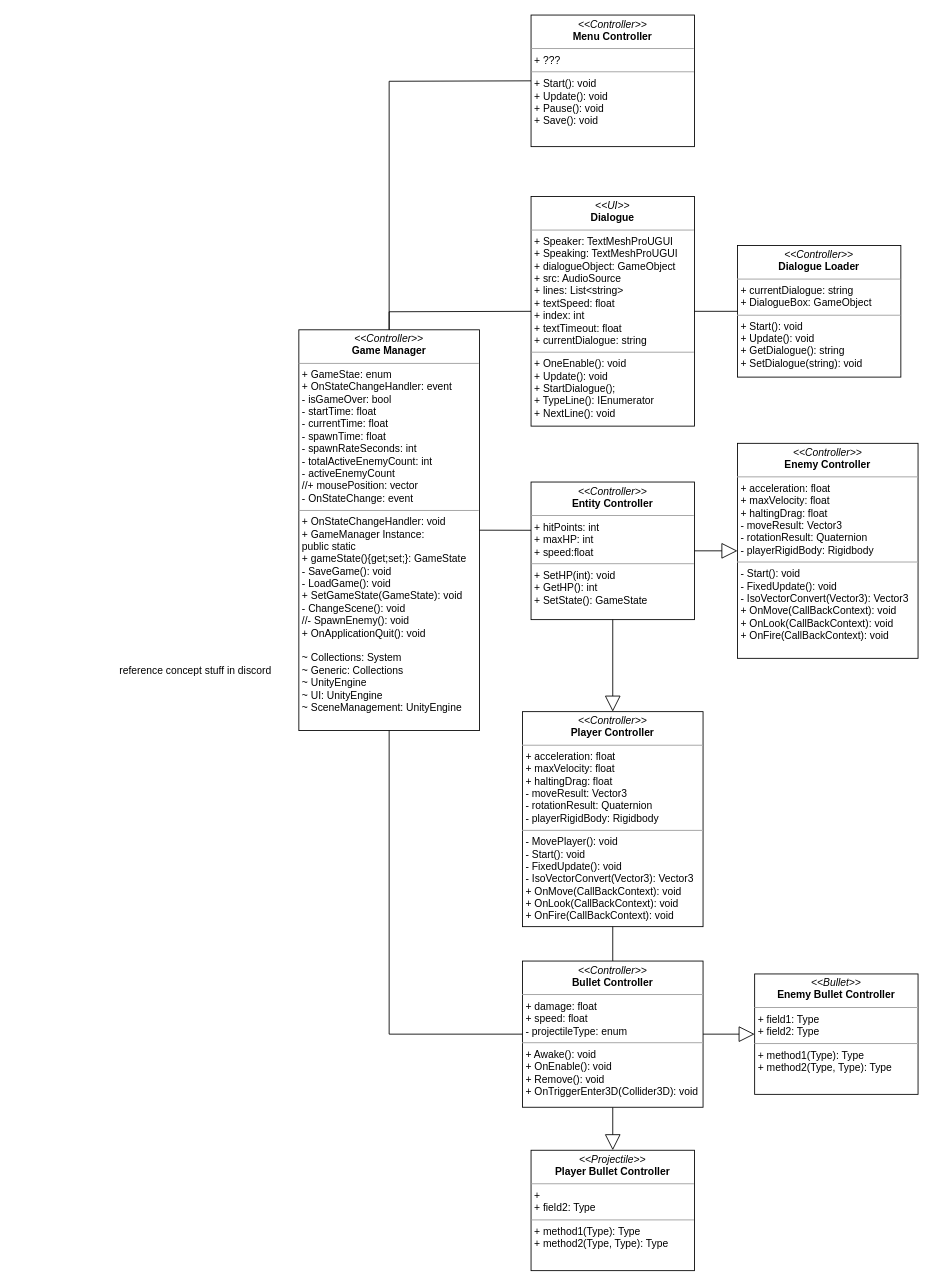
Above: Documentation files/Class Diagram.drawio in Ulibomber1/Middlespace-Survivor (draw.io), before the change. Source tidied: cells renumbered, new cells numbered last; positions are measured from the earlier drawing's top-left corner, leaving out a move shared by most shapes. Both pictures are drawn from the tidied source at 86%, with x=0, y=0 at pixel (118, 15).
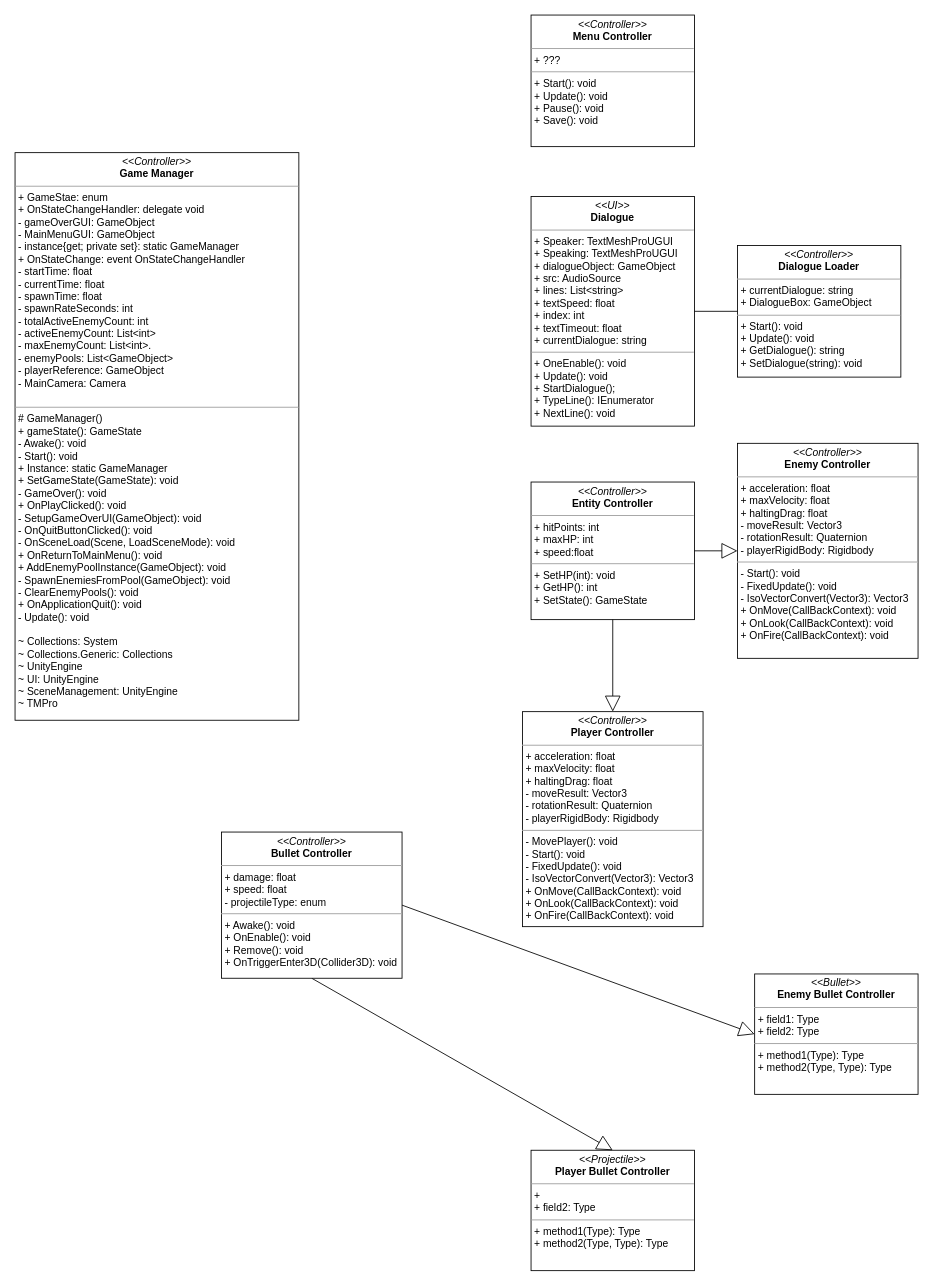
The same diagram, later.

Unchanged cells that the change refers to:
```xml
<mxCell id="5" value="&lt;p style=&quot;margin:0px;margin-top:4px;text-align:center;&quot;&gt;&lt;i&gt;&amp;lt;&amp;lt;Controller&amp;gt;&amp;gt;&lt;/i&gt;&lt;br&gt;&lt;b&gt;Player Controller&lt;/b&gt;&lt;/p&gt;&lt;hr size=&quot;1&quot;&gt;&lt;p style=&quot;margin:0px;margin-left:4px;&quot;&gt;+ acceleration: float&lt;/p&gt;&lt;p style=&quot;margin:0px;margin-left:4px;&quot;&gt;+ maxVelocity: float&lt;/p&gt;&lt;p style=&quot;margin:0px;margin-left:4px;&quot;&gt;+ haltingDrag: float&lt;/p&gt;&lt;p style=&quot;margin:0px;margin-left:4px;&quot;&gt;- moveResult: Vector3&lt;/p&gt;&lt;p style=&quot;margin:0px;margin-left:4px;&quot;&gt;- rotationResult: Quaternion&lt;/p&gt;&lt;p style=&quot;margin:0px;margin-left:4px;&quot;&gt;- playerRigidBody: Rigidbody&lt;/p&gt;&lt;hr size=&quot;1&quot;&gt;&lt;p style=&quot;margin:0px;margin-left:4px;&quot;&gt;- MovePlayer(): void&lt;br&gt;- Start(): void&lt;/p&gt;&lt;p style=&quot;margin:0px;margin-left:4px;&quot;&gt;- FixedUpdate(): void&lt;/p&gt;&lt;p style=&quot;margin:0px;margin-left:4px;&quot;&gt;- IsoVectorConvert(Vector3): Vector3&lt;/p&gt;&lt;p style=&quot;margin:0px;margin-left:4px;&quot;&gt;+ OnMove(CallBackContext): void&lt;/p&gt;&lt;p style=&quot;margin:0px;margin-left:4px;&quot;&gt;+ OnLook(CallBackContext): void&lt;/p&gt;&lt;p style=&quot;margin:0px;margin-left:4px;&quot;&gt;+ OnFire(CallBackContext): void&lt;/p&gt;" style="verticalAlign=top;align=left;overflow=fill;fontSize=12;fontFamily=Helvetica;html=1;rounded=0;shadow=0;comic=0;labelBackgroundColor=none;strokeWidth=1;" parent="1" vertex="1">
  <mxGeometry x="470" y="810" width="210" height="250" as="geometry" />
</mxCell>
<mxCell id="13" value="&lt;p style=&quot;margin:0px;margin-top:4px;text-align:center;&quot;&gt;&lt;i&gt;&amp;lt;&amp;lt;UI&amp;gt;&amp;gt;&lt;/i&gt;&lt;br&gt;&lt;b&gt;Dialogue&lt;/b&gt;&lt;/p&gt;&lt;hr size=&quot;1&quot;&gt;&lt;p style=&quot;margin:0px;margin-left:4px;&quot;&gt;+ Speaker: TextMeshProUGUI&lt;br&gt;+ Speaking: TextMeshProUGUI&lt;/p&gt;&lt;p style=&quot;margin:0px;margin-left:4px;&quot;&gt;+ dialogueObject: GameObject&lt;/p&gt;&lt;p style=&quot;margin:0px;margin-left:4px;&quot;&gt;+ src: AudioSource&lt;/p&gt;&lt;p style=&quot;margin:0px;margin-left:4px;&quot;&gt;+ lines: List&amp;lt;string&amp;gt;&lt;/p&gt;&lt;p style=&quot;margin:0px;margin-left:4px;&quot;&gt;+ textSpeed: float&lt;/p&gt;&lt;p style=&quot;margin:0px;margin-left:4px;&quot;&gt;+ index: int&lt;/p&gt;&lt;p style=&quot;margin:0px;margin-left:4px;&quot;&gt;+ textTimeout: float&lt;/p&gt;&lt;p style=&quot;margin:0px;margin-left:4px;&quot;&gt;+ currentDialogue: string&lt;/p&gt;&lt;hr size=&quot;1&quot;&gt;&lt;p style=&quot;margin:0px;margin-left:4px;&quot;&gt;+ OneEnable(): void&lt;br&gt;+ Update(): void&lt;/p&gt;&lt;p style=&quot;margin:0px;margin-left:4px;&quot;&gt;+ StartDialogue();&lt;/p&gt;&lt;p style=&quot;margin:0px;margin-left:4px;&quot;&gt;+ TypeLine(): IEnumerator&lt;/p&gt;&lt;p style=&quot;margin:0px;margin-left:4px;&quot;&gt;+ NextLine(): void&lt;/p&gt;" style="verticalAlign=top;align=left;overflow=fill;fontSize=12;fontFamily=Helvetica;html=1;rounded=0;shadow=0;comic=0;labelBackgroundColor=none;strokeWidth=1;" parent="1" vertex="1">
  <mxGeometry x="480" y="211" width="190" height="267" as="geometry" />
</mxCell>
<mxCell id="21" value="&lt;p style=&quot;margin:0px;margin-top:4px;text-align:center;&quot;&gt;&lt;i&gt;&amp;lt;&amp;lt;Controller&amp;gt;&amp;gt;&lt;/i&gt;&lt;br&gt;&lt;b&gt;Menu Controller&lt;/b&gt;&lt;/p&gt;&lt;hr size=&quot;1&quot;&gt;&lt;p style=&quot;margin:0px;margin-left:4px;&quot;&gt;+ ???&lt;/p&gt;&lt;hr size=&quot;1&quot;&gt;&lt;p style=&quot;margin:0px;margin-left:4px;&quot;&gt;+ Start(): void&lt;br&gt;+ Update(): void&lt;/p&gt;&lt;p style=&quot;margin:0px;margin-left:4px;&quot;&gt;+ Pause(): void&lt;/p&gt;&lt;p style=&quot;margin:0px;margin-left:4px;&quot;&gt;+ Save(): void&lt;/p&gt;" style="verticalAlign=top;align=left;overflow=fill;fontSize=12;fontFamily=Helvetica;html=1;rounded=0;shadow=0;comic=0;labelBackgroundColor=none;strokeWidth=1;" parent="1" vertex="1">
  <mxGeometry x="480" width="190" height="153" as="geometry" />
</mxCell>
```

The edit, as a diff of the source:
```diff
@@
     <mxCell id="10" value="&lt;p style=&quot;margin:0px;margin-top:4px;text-align:center;&quot;&gt;&lt;i&gt;&amp;lt;&amp;lt;Controller&amp;gt;&amp;gt;&lt;/i&gt;&lt;br&gt;&lt;b&gt;Bullet Controller&lt;/b&gt;&lt;/p&gt;&lt;hr size=&quot;1&quot;&gt;&lt;p style=&quot;margin:0px;margin-left:4px;&quot;&gt;+ damage: float&lt;/p&gt;&lt;p style=&quot;margin:0px;margin-left:4px;&quot;&gt;+ speed: float&lt;/p&gt;&lt;p style=&quot;margin:0px;margin-left:4px;&quot;&gt;- projectileType: enum&lt;/p&gt;&lt;hr size=&quot;1&quot;&gt;&lt;p style=&quot;margin:0px;margin-left:4px;&quot;&gt;+ Awake(): void&lt;/p&gt;&lt;p style=&quot;margin:0px;margin-left:4px;&quot;&gt;+ OnEnable(): void&lt;/p&gt;&lt;p style=&quot;margin:0px;margin-left:4px;&quot;&gt;+ Remove(): void&lt;/p&gt;&lt;p style=&quot;margin:0px;margin-left:4px;&quot;&gt;+ OnTriggerEnter3D(Collider3D):&amp;nbsp;&lt;span style=&quot;background-color: initial;&quot;&gt;void&lt;/span&gt;&lt;/p&gt;" style="verticalAlign=top;align=left;overflow=fill;fontSize=12;fontFamily=Helvetica;html=1;rounded=0;shadow=0;comic=0;labelBackgroundColor=none;strokeWidth=1;" parent="1" vertex="1">
-      <mxGeometry x="470" y="1100" width="210" height="170" as="geometry" />
+      <mxGeometry x="120" y="950" width="210" height="170" as="geometry" />
     </mxCell>
-    <mxCell id="11" style="endArrow=none;html=1;rounded=0;entryX=0.5;entryY=0;entryDx=0;entryDy=0;exitX=0.5;exitY=1;exitDx=0;exitDy=0;" parent="1" edge="1" source="5" target="10">
-      <mxGeometry relative="1" as="geometry" />
-    </mxCell>
@@
-    <mxCell id="16" style="endArrow=none;html=1;rounded=0;exitX=0.5;exitY=0;exitDx=0;exitDy=0;entryX=0;entryY=0.5;entryDx=0;entryDy=0;" parent="1" edge="1" source="17" target="13">
-      <mxGeometry relative="1" as="geometry">
-        <Array as="points">
-          <mxPoint x="315" y="345" />
-        </Array>
-      </mxGeometry>
-    </mxCell>
-    <mxCell id="17" value="&lt;p style=&quot;margin:0px;margin-top:4px;text-align:center;&quot;&gt;&lt;i&gt;&amp;lt;&amp;lt;Controller&amp;gt;&amp;gt;&lt;/i&gt;&lt;br&gt;&lt;b&gt;Game Manager&lt;/b&gt;&lt;/p&gt;&lt;hr size=&quot;1&quot;&gt;&lt;p style=&quot;margin:0px;margin-left:4px;&quot;&gt;&lt;span style=&quot;background-color: initial;&quot;&gt;+ GameStae: enum&lt;/span&gt;&lt;/p&gt;&lt;p style=&quot;margin:0px;margin-left:4px;&quot;&gt;&lt;span style=&quot;background-color: initial;&quot;&gt;+ OnStateChangeHandler: event&lt;/span&gt;&lt;br&gt;&lt;/p&gt;&lt;p style=&quot;margin:0px;margin-left:4px;&quot;&gt;- isGameOver: bool&lt;/p&gt;&lt;p style=&quot;margin:0px;margin-left:4px;&quot;&gt;- startTime: float&lt;/p&gt;&lt;p style=&quot;margin:0px;margin-left:4px;&quot;&gt;- currentTime: float&lt;/p&gt;&lt;p style=&quot;margin:0px;margin-left:4px;&quot;&gt;- spawnTime: float&lt;/p&gt;&lt;p style=&quot;margin:0px;margin-left:4px;&quot;&gt;- spawnRateSeconds: int&lt;/p&gt;&lt;p style=&quot;margin:0px;margin-left:4px;&quot;&gt;- totalActiveEnemyCount: int&lt;/p&gt;&lt;p style=&quot;margin:0px;margin-left:4px;&quot;&gt;- activeEnemyCount&lt;br style=&quot;border-color: var(--border-color);&quot;&gt;//+ mousePosition: vector&lt;br&gt;&lt;/p&gt;&lt;p style=&quot;margin:0px;margin-left:4px;&quot;&gt;- OnStateChange: event&lt;/p&gt;&lt;hr size=&quot;1&quot;&gt;&lt;p style=&quot;margin:0px;margin-left:4px;&quot;&gt;+ OnStateChangeHandler: void&lt;/p&gt;&lt;p style=&quot;margin:0px;margin-left:4px;&quot;&gt;+ GameManager Instance:&lt;/p&gt;&lt;p style=&quot;margin:0px;margin-left:4px;&quot;&gt;&lt;span style=&quot;&quot;&gt; &lt;/span&gt;&lt;span style=&quot;&quot;&gt; &lt;/span&gt;&lt;span style=&quot;&quot;&gt; &lt;/span&gt;&lt;span style=&quot;&quot;&gt; &lt;/span&gt;public static&lt;/p&gt;&lt;p style=&quot;margin:0px;margin-left:4px;&quot;&gt;+ gameState(){get;set;}: GameState&lt;/p&gt;&lt;p style=&quot;margin:0px;margin-left:4px;&quot;&gt;- SaveGame(): void&lt;br&gt;- LoadGame(): void&lt;/p&gt;&lt;p style=&quot;margin:0px;margin-left:4px;&quot;&gt;+ SetGameState(GameState): void&lt;/p&gt;&lt;p style=&quot;margin:0px;margin-left:4px;&quot;&gt;- ChangeScene(): void&lt;/p&gt;&lt;p style=&quot;border-color: var(--border-color); margin: 0px 0px 0px 4px;&quot;&gt;//- SpawnEnemy(): void&lt;/p&gt;&lt;p style=&quot;border-color: var(--border-color); margin: 0px 0px 0px 4px;&quot;&gt;+ OnApplicationQuit(): void&lt;/p&gt;&lt;p style=&quot;border-color: var(--border-color); margin: 0px 0px 0px 4px;&quot;&gt;&lt;br&gt;&lt;/p&gt;&lt;p style=&quot;border-color: var(--border-color); margin: 0px 0px 0px 4px;&quot;&gt;~ Collections: System&lt;/p&gt;&lt;p style=&quot;border-color: var(--border-color); margin: 0px 0px 0px 4px;&quot;&gt;~ Generic: Collections&lt;/p&gt;&lt;p style=&quot;border-color: var(--border-color); margin: 0px 0px 0px 4px;&quot;&gt;~ UnityEngine&lt;/p&gt;&lt;p style=&quot;border-color: var(--border-color); margin: 0px 0px 0px 4px;&quot;&gt;~ UI: UnityEngine&lt;/p&gt;&lt;p style=&quot;border-color: var(--border-color); margin: 0px 0px 0px 4px;&quot;&gt;~ SceneManagement: UnityEngine&lt;/p&gt;" style="verticalAlign=top;align=left;overflow=fill;fontSize=12;fontFamily=Helvetica;html=1;rounded=0;shadow=0;comic=0;labelBackgroundColor=none;strokeWidth=1;" parent="1" vertex="1">
-      <mxGeometry x="210" y="366" width="210" height="466" as="geometry" />
+    <mxCell id="17" value="&lt;p style=&quot;margin:0px;margin-top:4px;text-align:center;&quot;&gt;&lt;i&gt;&amp;lt;&amp;lt;Controller&amp;gt;&amp;gt;&lt;/i&gt;&lt;br&gt;&lt;b&gt;Game Manager&lt;/b&gt;&lt;/p&gt;&lt;hr size=&quot;1&quot;&gt;&lt;p style=&quot;margin:0px;margin-left:4px;&quot;&gt;&lt;span style=&quot;background-color: initial;&quot;&gt;+ GameStae: enum&lt;/span&gt;&lt;/p&gt;&lt;p style=&quot;margin:0px;margin-left:4px;&quot;&gt;&lt;span style=&quot;background-color: initial;&quot;&gt;+ OnStateChangeHandler: delegate void&lt;/span&gt;&lt;br&gt;&lt;/p&gt;&lt;p style=&quot;margin:0px;margin-left:4px;&quot;&gt;- gameOverGUI: GameObject&lt;/p&gt;&lt;p style=&quot;margin:0px;margin-left:4px;&quot;&gt;- MainMenuGUI: GameObject&lt;br&gt;&lt;/p&gt;&lt;p style=&quot;margin:0px;margin-left:4px;&quot;&gt;- instance{get; private set}: static GameManager&lt;/p&gt;&lt;p style=&quot;margin:0px;margin-left:4px;&quot;&gt;&lt;span style=&quot;background-color: initial;&quot;&gt;+ OnStateChange: event OnStateChangeHandler&lt;/span&gt;&lt;/p&gt;&lt;p style=&quot;margin:0px;margin-left:4px;&quot;&gt;- startTime: float&lt;/p&gt;&lt;p style=&quot;margin:0px;margin-left:4px;&quot;&gt;- currentTime: float&lt;/p&gt;&lt;p style=&quot;margin:0px;margin-left:4px;&quot;&gt;- spawnTime: float&lt;/p&gt;&lt;p style=&quot;margin:0px;margin-left:4px;&quot;&gt;- spawnRateSeconds: int&lt;/p&gt;&lt;p style=&quot;margin:0px;margin-left:4px;&quot;&gt;- totalActiveEnemyCount: int&lt;/p&gt;&lt;p style=&quot;margin:0px;margin-left:4px;&quot;&gt;- activeEnemyCount: List&amp;lt;int&amp;gt;&lt;/p&gt;&lt;p style=&quot;margin:0px;margin-left:4px;&quot;&gt;- maxEnemyCount: List&amp;lt;int&amp;gt;.&lt;/p&gt;&lt;p style=&quot;margin:0px;margin-left:4px;&quot;&gt;- enemyPools: List&amp;lt;GameObject&amp;gt;&lt;/p&gt;&lt;p style=&quot;margin:0px;margin-left:4px;&quot;&gt;- playerReference: GameObject&lt;/p&gt;&lt;p style=&quot;margin:0px;margin-left:4px;&quot;&gt;- MainCamera: Camera&lt;/p&gt;&lt;br&gt;&lt;hr size=&quot;1&quot;&gt;&lt;p style=&quot;margin:0px;margin-left:4px;&quot;&gt;# GameManager()&lt;/p&gt;&lt;p style=&quot;margin:0px;margin-left:4px;&quot;&gt;+ gameState(): GameState&lt;/p&gt;&lt;p style=&quot;margin:0px;margin-left:4px;&quot;&gt;- Awake(): void&lt;/p&gt;&lt;p style=&quot;margin:0px;margin-left:4px;&quot;&gt;- Start(): void&lt;/p&gt;&lt;p style=&quot;margin:0px;margin-left:4px;&quot;&gt;+ Instance: static GameManager&lt;/p&gt;&lt;p style=&quot;margin:0px;margin-left:4px;&quot;&gt;+ SetGameState(GameState): void&lt;/p&gt;&lt;p style=&quot;margin:0px;margin-left:4px;&quot;&gt;- GameOver(): void&lt;/p&gt;&lt;p style=&quot;margin:0px;margin-left:4px;&quot;&gt;+ OnPlayClicked(): void&lt;/p&gt;&lt;p style=&quot;margin:0px;margin-left:4px;&quot;&gt;- SetupGameOverUI(GameObject): void&lt;/p&gt;&lt;p style=&quot;margin:0px;margin-left:4px;&quot;&gt;- OnQuitButtonClicked(): void&lt;/p&gt;&lt;p style=&quot;margin:0px;margin-left:4px;&quot;&gt;- OnSceneLoad(Scene, LoadSceneMode): void&lt;/p&gt;&lt;p style=&quot;margin:0px;margin-left:4px;&quot;&gt;+ OnReturnToMainMenu(): void&lt;/p&gt;&lt;p style=&quot;margin:0px;margin-left:4px;&quot;&gt;+ AddEnemyPoolInstance(GameObject): void&lt;/p&gt;&lt;p style=&quot;margin:0px;margin-left:4px;&quot;&gt;- SpawnEnemiesFromPool(GameObject): void&lt;/p&gt;&lt;p style=&quot;margin:0px;margin-left:4px;&quot;&gt;- ClearEnemyPools(): void&lt;/p&gt;&lt;p style=&quot;margin:0px;margin-left:4px;&quot;&gt;+ OnApplicationQuit(): void&lt;/p&gt;&lt;p style=&quot;margin:0px;margin-left:4px;&quot;&gt;- Update(): void&lt;/p&gt;&lt;p style=&quot;border-color: var(--border-color); margin: 0px 0px 0px 4px;&quot;&gt;&lt;br&gt;&lt;/p&gt;&lt;p style=&quot;border-color: var(--border-color); margin: 0px 0px 0px 4px;&quot;&gt;~ Collections: System&lt;/p&gt;&lt;p style=&quot;border-color: var(--border-color); margin: 0px 0px 0px 4px;&quot;&gt;~ Collections.Generic: Collections&lt;/p&gt;&lt;p style=&quot;border-color: var(--border-color); margin: 0px 0px 0px 4px;&quot;&gt;~ UnityEngine&lt;/p&gt;&lt;p style=&quot;border-color: var(--border-color); margin: 0px 0px 0px 4px;&quot;&gt;~ UI: UnityEngine&lt;/p&gt;&lt;p style=&quot;border-color: var(--border-color); margin: 0px 0px 0px 4px;&quot;&gt;~ SceneManagement: UnityEngine&lt;/p&gt;&lt;p style=&quot;border-color: var(--border-color); margin: 0px 0px 0px 4px;&quot;&gt;~ TMPro&lt;/p&gt;" style="verticalAlign=top;align=left;overflow=fill;fontSize=12;fontFamily=Helvetica;html=1;rounded=0;shadow=0;comic=0;labelBackgroundColor=none;strokeWidth=1;" parent="1" vertex="1">
+      <mxGeometry x="-120" y="160" width="330" height="660" as="geometry" />
     </mxCell>
-    <mxCell id="18" style="endArrow=none;html=1;rounded=0;exitX=1;exitY=0.5;exitDx=0;exitDy=0;" parent="1" edge="1" source="17">
-      <mxGeometry relative="1" as="geometry">
-        <mxPoint x="480" y="599.1" as="targetPoint" />
-      </mxGeometry>
-    </mxCell>
-    <mxCell id="19" style="endArrow=none;html=1;rounded=0;entryX=0.5;entryY=1;entryDx=0;entryDy=0;exitX=0;exitY=0.5;exitDx=0;exitDy=0;" parent="1" edge="1" source="10" target="17">
-      <mxGeometry relative="1" as="geometry">
-        <Array as="points">
-          <mxPoint x="315" y="1185" />
-        </Array>
-      </mxGeometry>
-    </mxCell>
-    <mxCell id="20" style="endArrow=none;html=1;rounded=0;exitX=0.5;exitY=0;exitDx=0;exitDy=0;entryX=0;entryY=0.5;entryDx=0;entryDy=0;" parent="1" edge="1" source="17" target="21">
-      <mxGeometry relative="1" as="geometry">
-        <Array as="points">
-          <mxPoint x="315" y="77" />
-        </Array>
-      </mxGeometry>
-    </mxCell>
```
